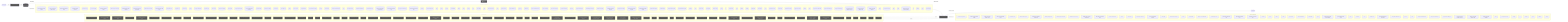
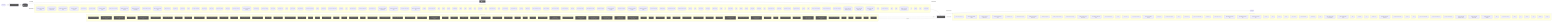
flowchart LR
  UserQ(["👤 User Query"])
  Embed["📐 Embedding Model"]
  VecDB[("📚 Vector Store")]
  Retriever["🔍 Retriever"]
  LLMNode["🧠 LLM / Generator"]
  Output(["✅ Response"])
  UserQ -->|query| Embed
  Embed -->|vector| VecDB
  VecDB -->|top-k chunks| Retriever
  Retriever -->|context + query| LLMNode
  LLMNode -->|generated answer| Output
  subgraph DetectedMemory["Detected memory stores"]
    det_detectedmemory_check_steering_feedback_contract_80134459[("check-steering-feedback-contract")]
    det_detectedmemory_prompt_context_drift_validate_runner_c8ecc6f5[("prompt-context-drift-validate-runner")]
    det_detectedmemory_prompt_context_drift_write_runner_69e6a4fd[("prompt-context-drift-write-runner")]
    det_detectedmemory_normalize_workflow_contracts_8701f1c8[("normalize-workflow-contracts")]
    det_detectedmemory_run_harness_evals_77704768[("run-harness-evals")]
    det_detectedmemory_sync_codex_preflight_7e7a8dc2[("sync-codex-preflight")]
    det_detectedmemory_test_harness_upgrade_matrix_84113c4e[("test-harness-upgrade-matrix")]
    det_detectedmemory_validate_prompt_context_drift_8c949ef6[("validate-prompt-context-drift")]
    det_detectedmemory_validate_runtime_packet_schemas_bc3ba8ec[("validate-runtime-packet-schemas")]
    det_detectedmemory_validate_system_prompt_gap_adoption_62d8c955[("validate-system-prompt-gap-adoption")]
    det_detectedmemory_validate_workflow_contracts_33dc063c[("validate-workflow-contracts")]
    det_detectedmemory_write_prompt_context_drift_report_71a4e149[("write-prompt-context-drift-report")]
    det_detectedmemory_branch_protect_core_a8feb0fd[("branch-protect-core")]
    det_detectedmemory_ci_migrate_core_7005b5af[("ci-migrate-core")]
    det_detectedmemory_context_health_80bb7da9[("context-health")]
    det_detectedmemory_context_ea7792a2[("context")]
    det_detectedmemory_docs_gate_classification_2f51c90b[("docs-gate-classification")]
    det_detectedmemory_docs_gate_types_d285abb6[("docs-gate-types")]
    det_detectedmemory_index_context_de3ed39d[("index-context")]
    det_detectedmemory_local_memory_preflight_dcc36c42[("local-memory-preflight")]
    det_detectedmemory_memory_gate_a577a506[("memory-gate")]
    det_detectedmemory_next_prompt_context_drift_3c5a93d5[("next-prompt-context-drift")]
    det_detectedmemory_next_recommendation_decisions_03315dd4[("next-recommendation-decisions")]
    det_detectedmemory_next_runner_state_be6fe997[("next-runner-state")]
    det_detectedmemory_pattern_scope_siblings_43abe000[("pattern-scope-siblings")]
    det_detectedmemory_review_context_ca6cf81d[("review-context")]
    det_detectedmemory_review_gate_core_4c8001f9[("review-gate-core")]
    det_detectedmemory_search_24193290[("search")]
    det_detectedmemory_session_context_e5ec72c0[("session-context")]
    det_detectedmemory_tooling_audit_core_328d6a41[("tooling-audit-core")]
    det_detectedmemory_run_local_memory_preflight_36e92808[("run-local-memory-preflight")]
    det_detectedmemory_checker_d2d2328e[("checker")]
    det_detectedmemory_context_health_1_ceb11829[("context-health")]
    det_detectedmemory_prompt_context_drift_surface_c1e30b42[("prompt-context-drift-surface")]
+     det_detectedmemory_test_fixtures_c2f936b0[("test-fixtures")]
    det_detectedmemory_types_2_d9bc6e7a[("types")]
    det_detectedmemory_branch_protect_sync_570adb18[("branch-protect-sync")]
    det_detectedmemory_command_capability_rules_ca3f496a[("command-capability-rules")]
    det_detectedmemory_command_specs_core_1c0ffc99[("command-specs-core")]
    det_detectedmemory_local_memory_preflight_command_spec_9e23f3ce[("local-memory-preflight-command-spec")]
    det_detectedmemory_memory_gate_command_spec_dc9001a9[("memory-gate-command-spec")]
    det_detectedmemory_review_gate_command_spec_3187376a[("review-gate-command-spec")]
    det_detectedmemory_session_context_command_spec_973afbb1[("session-context-command-spec")]
    det_detectedmemory_constants_7517017f[("constants")]
    det_detectedmemory_context_compact_policy_3dcaf95d[("context-compact-policy")]
    det_detectedmemory_index_3_7e40d474[("index")]
    det_detectedmemory_indexer_70fa78e5[("indexer")]
    det_detectedmemory_init_error_5c7dd49f[("init-error")]
    det_detectedmemory_lexical_fallback_723e2b3e[("lexical-fallback")]
    det_detectedmemory_ollama_76e3c7bf[("ollama")]
    det_detectedmemory_rollout_a4fa034c[("rollout")]
    det_detectedmemory_sources_878a52fc[("sources")]
    det_detectedmemory_store_824d80d7[("store")]
    det_detectedmemory_sync_contract_c79fa191[("sync-contract")]
    det_detectedmemory_types_8_f6283648[("types")]
    det_detectedmemory_harness_run_context_ac7c77a9[("harness-run-context")]
    det_detectedmemory_index_4_013aa0e3[("index")]
    det_detectedmemory_json_schema_core_96d7e328[("json-schema-core")]
    det_detectedmemory_policy_validators_core_714a3fe7[("policy-validators-core")]
    det_detectedmemory_types_core_e405ddca[("types-core")]
    det_detectedmemory_validator_core_4358f8ba[("validator-core")]
    det_detectedmemory_archive_candidates_scanner_d0931789[("archive-candidates-scanner")]
    det_detectedmemory_archive_candidates_dc0e40e1[("archive-candidates")]
    det_detectedmemory_docs_task_eval_contract_79347457[("docs-task-eval-contract")]
    det_detectedmemory_docs_task_eval_fixtures_44902755[("docs-task-eval-fixtures")]
    det_detectedmemory_init_modes_c05ceb07[("init-modes")]
    det_detectedmemory_project_brain_templates_7ef51530[("project-brain-templates")]
    det_detectedmemory_scaffold_diagram_templates_dd88e83c[("scaffold-diagram-templates")]
    det_detectedmemory_scaffold_doc_templates_f6152330[("scaffold-doc-templates")]
    det_detectedmemory_scaffold_environment_templates_c1ceba6a[("scaffold-environment-templates")]
    det_detectedmemory_scaffold_hook_templates_8c74ab50[("scaffold-hook-templates")]
    det_detectedmemory_scaffold_root_command_templates_404fed7f[("scaffold-root-command-templates")]
    det_detectedmemory_scaffold_script_template_registry_69312d4e[("scaffold-script-template-registry")]
    det_detectedmemory_scaffold_shell_templates_0ad0f915[("scaffold-shell-templates")]
    det_detectedmemory_scaffold_surfaces_12d6494e[("scaffold-surfaces")]
    det_detectedmemory_scaffold_template_registry_b1cce2aa[("scaffold-template-registry")]
    det_detectedmemory_scaffold_workflow_template_92310587[("scaffold-workflow-template")]
    det_detectedmemory_eval_seed_5699fd3e[("eval-seed")]
    det_detectedmemory_index_10_f6785a46[("index")]
    det_detectedmemory_review_context_1_e3afed15[("review-context")]
    det_detectedmemory_memory_gate_1_265164ac[("memory-gate")]
    det_detectedmemory_branch_enforcer_acb749cd[("branch-enforcer")]
    det_detectedmemory_cli_args_5_09ea29f0[("cli-args")]
    det_detectedmemory_cli_7_dc4a9f7f[("cli")]
    det_detectedmemory_metrics_tracker_98cec29c[("metrics-tracker")]
    det_detectedmemory_types_20_071a0112[("types")]
    det_detectedmemory_validator_5_b19ac2be[("validator")]
    det_detectedmemory_classifier_fe1991a9[("classifier")]
    det_detectedmemory_tooling_paths_560ac80d[("tooling-paths")]
    det_detectedmemory_claim_helpers_20dc8387[("claim-helpers")]
    det_detectedmemory_types_25_89d086aa[("types")]
    det_detectedmemory_local_memory_smoke_1175abfc[("local-memory-smoke")]
    det_detectedmemory_local_memory_0db17ecc[("local-memory")]
    det_detectedmemory_performance_overload_c685bfcf[("performance-overload")]
    det_detectedmemory_suggestion_generator_0956f794[("suggestion-generator")]
    det_detectedmemory_git_head_7346fd6a[("git-head")]
    det_detectedmemory_index_12_762ec91b[("index")]
    det_detectedmemory_prompt_context_drift_builder_a451c7dd[("prompt-context-drift-builder")]
    det_detectedmemory_prompt_context_drift_report_3257a95c[("prompt-context-drift-report")]
    det_detectedmemory_prompt_context_drift_types_ba6863d4[("prompt-context-drift-types")]
    det_detectedmemory_prompt_context_drift_validation_evidence_21f0336f[("prompt-context-drift-validation-evidence")]
    det_detectedmemory_prompt_context_drift_validation_utils_2285f4ac[("prompt-context-drift-validation-utils")]
    det_detectedmemory_prompt_context_drift_validation_8fc01719[("prompt-context-drift-validation")]
    det_detectedmemory_index_13_97df39c8[("index")]
    det_detectedmemory_prompt_context_receipt_17b862b2[("prompt-context-receipt")]
    det_detectedmemory_types_32_bfe791ff[("types")]
    det_detectedmemory_policy_1_fc4198db[("policy")]
    det_detectedmemory_runtime_card_codex_runtime_validation_d8ce9934[("runtime-card-codex-runtime-validation")]
    det_detectedmemory_cli_12_01c06c37[("cli")]
    det_detectedmemory_collector_0736fd5b[("collector")]
    det_detectedmemory_types_35_93e66c64[("types")]
    det_detectedmemory_overload_guard_2748c559[("overload-guard")]
  end
  VecDB -. "implemented by" .-> DetectedMemory
  subgraph DetectedLLM["Detected LLM clients"]
    det_detectedllm_check_codex_agent_roles_5bb2e89b["check-codex-agent-roles"]
    det_detectedllm_check_steering_feedback_contract_80134459["check-steering-feedback-contract"]
    det_detectedllm_prompt_context_drift_validate_runner_c8ecc6f5["prompt-context-drift-validate-runner"]
    det_detectedllm_prompt_context_drift_write_runner_69e6a4fd["prompt-context-drift-write-runner"]
    det_detectedllm_run_harness_evals_77704768["run-harness-evals"]
    det_detectedllm_validate_decision_request_2e5c325e["validate-decision-request"]
    det_detectedllm_validate_goal_completion_audit_receipt_100d252c["validate-goal-completion-audit-receipt"]
    det_detectedllm_validate_packaged_skill_5e32c890["validate-packaged-skill"]
    det_detectedllm_validate_prompt_context_drift_8c949ef6["validate-prompt-context-drift"]
    det_detectedllm_validate_reviewer_coverage_251efee3["validate-reviewer-coverage"]
    det_detectedllm_validate_system_prompt_gap_adoption_62d8c955["validate-system-prompt-gap-adoption"]
    det_detectedllm_write_prompt_context_drift_report_71a4e149["write-prompt-context-drift-report"]
    det_detectedllm_check_environment_core_2c16213f["check-environment-core"]
    det_detectedllm_context_ea7792a2["context"]
    det_detectedllm_index_context_de3ed39d["index-context"]
    det_detectedllm_next_prompt_context_drift_3c5a93d5["next-prompt-context-drift"]
    det_detectedllm_next_recommendation_decisions_03315dd4["next-recommendation-decisions"]
    det_detectedllm_prompt_gate_c5e9d207["prompt-gate"]
    det_detectedllm_remediate_runner_helpers_929fedcc["remediate-runner-helpers"]
    det_detectedllm_search_24193290["search"]
    det_detectedllm_context_health_1_ceb11829["context-health"]
    det_detectedllm_prompt_context_drift_surface_c1e30b42["prompt-context-drift-surface"]
+     det_detectedllm_test_fixtures_c2f936b0["test-fixtures"]
    det_detectedllm_command_specs_core_1c0ffc99["command-specs-core"]
    det_detectedllm_pilot_evaluate_command_spec_1084ea72["pilot-evaluate-command-spec"]
    det_detectedllm_pilot_rollback_command_spec_4fe69f7d["pilot-rollback-command-spec"]
    det_detectedllm_prompt_gate_command_spec_9a941482["prompt-gate-command-spec"]
    det_detectedllm_constants_7517017f["constants"]
    det_detectedllm_index_3_7e40d474["index"]
    det_detectedllm_indexer_70fa78e5["indexer"]
    det_detectedllm_ollama_76e3c7bf["ollama"]
    det_detectedllm_sync_contract_c79fa191["sync-contract"]
    det_detectedllm_north_star_validators_cfc926ce["north-star-validators"]
    det_detectedllm_hilt_boundary_9b36fb15["hilt-boundary"]
    det_detectedllm_types_10_75e5a4a0["types"]
    det_detectedllm_goal_completion_audit_receipt_validation_9d0f4891["goal-completion-audit-receipt-validation"]
    det_detectedllm_goal_completion_audit_receipt_5e4939c3["goal-completion-audit-receipt"]
    det_detectedllm_index_5_522f772a["index"]
    det_detectedllm_constants_1_a84e15f0["constants"]
    det_detectedllm_types_18_37582e2a["types"]
    det_detectedllm_sensitive_text_7c11f760["sensitive-text"]
    det_detectedllm_pr_template_linked_issue_relationship_a7b61f2c["pr-template-linked-issue-relationship"]
    det_detectedllm_pr_template_validator_rules_20a32d6b["pr-template-validator-rules"]
    det_detectedllm_git_head_7346fd6a["git-head"]
    det_detectedllm_index_12_762ec91b["index"]
    det_detectedllm_prompt_context_drift_builder_a451c7dd["prompt-context-drift-builder"]
    det_detectedllm_prompt_context_drift_report_3257a95c["prompt-context-drift-report"]
    det_detectedllm_prompt_context_drift_types_ba6863d4["prompt-context-drift-types"]
    det_detectedllm_prompt_context_drift_validation_evidence_21f0336f["prompt-context-drift-validation-evidence"]
    det_detectedllm_prompt_context_drift_validation_utils_2285f4ac["prompt-context-drift-validation-utils"]
    det_detectedllm_prompt_context_drift_validation_8fc01719["prompt-context-drift-validation"]
    det_detectedllm_index_13_97df39c8["index"]
    det_detectedllm_prompt_context_receipt_17b862b2["prompt-context-receipt"]
    det_detectedllm_cli_args_9_9c136878["cli-args"]
    det_detectedllm_cli_11_338a8415["cli"]
    det_detectedllm_sections_4697ef32["sections"]
    det_detectedllm_types_28_4476fcc6["types"]
    det_detectedllm_validator_7_f836eb0e["validator"]
    det_detectedllm_cli_args_10_861cdd3f["cli-args"]
  end
  LLMNode -. "implemented by" .-> DetectedLLM
  subgraph DetectedTools["Agentic tool calls"]
    det_detectedtools_check_codex_agent_roles_5bb2e89b["🔧 check-codex-agent-roles"]
    det_detectedtools_check_steering_feedback_contract_80134459["🔧 check-steering-feedback-contract"]
    det_detectedtools_check_tooling_baseline_parity_3124b30a["🔧 check-tooling-baseline-parity"]
    det_detectedtools_run_harness_evals_77704768["🔧 run-harness-evals"]
    det_detectedtools_validate_action_review_receipt_fa2f06c3["🔧 validate-action-review-receipt"]
    det_detectedtools_validate_packaged_skill_5e32c890["🔧 validate-packaged-skill"]
    det_detectedtools_validate_replay_packet_f309747e["🔧 validate-replay-packet"]
    det_detectedtools_ci_migrate_core_7005b5af["🔧 ci-migrate-core"]
    det_detectedtools_doctor_checks_5a2eb2b9["🔧 doctor-checks"]
    det_detectedtools_doctor_github_tool_check_e0a938df["🔧 doctor-github-tool-check"]
    det_detectedtools_doctor_github_tool_checks_a53b0382["🔧 doctor-github-tool-checks"]
    det_detectedtools_doctor_tool_checks_4acac51a["🔧 doctor-tool-checks"]
    det_detectedtools_fleet_plan_repo_ecdc6499["🔧 fleet-plan-repo"]
    det_detectedtools_next_blocked_decisions_4140ad2b["🔧 next-blocked-decisions"]
    det_detectedtools_next_pr_closeout_contract_af31d30a["🔧 next-pr-closeout-contract"]
    det_detectedtools_policy_gate_213f7313["🔧 policy-gate"]
    det_detectedtools_remediate_cli_output_cc165396["🔧 remediate-cli-output"]
    det_detectedtools_remediate_runner_helpers_929fedcc["🔧 remediate-runner-helpers"]
    det_detectedtools_review_gate_core_4c8001f9["🔧 review-gate-core"]
    det_detectedtools_index_1bc04b52["🔧 index"]
    det_detectedtools_types_1_4ecdf56e["🔧 types"]
    det_detectedtools_validation_constants_e002a0f6["🔧 validation-constants"]
    det_detectedtools_validation_98c41dcd["🔧 validation"]
    det_detectedtools_checker_d2d2328e["🔧 checker"]
    det_detectedtools_shared_state_policy_edc9c4db["🔧 shared-state-policy"]
    det_detectedtools_cli_args_1_6144b055["🔧 cli-args"]
    det_detectedtools_command_capabilities_a4d5c71e["🔧 command-capabilities"]
    det_detectedtools_command_capability_rules_ca3f496a["🔧 command-capability-rules"]
    det_detectedtools_linear_command_actions_e430f4f4["🔧 linear-command-actions"]
    det_detectedtools_linear_command_runner_4a740dfc["🔧 linear-command-runner"]
    det_detectedtools_policy_validators_core_714a3fe7["🔧 policy-validators-core"]
    det_detectedtools_shared_state_action_validator_e7b128cd["🔧 shared-state-action-validator"]
    det_detectedtools_types_core_e405ddca["🔧 types-core"]
    det_detectedtools_validator_core_4358f8ba["🔧 validator-core"]
    det_detectedtools_validator_helpers_7b927667["🔧 validator-helpers"]
    det_detectedtools_he_phase_exit_core_1148895b["🔧 he-phase-exit-core"]
    det_detectedtools_environment_runtime_3206f0a8["🔧 environment-runtime"]
    det_detectedtools_observed_skill_usage_ed7d5930["🔧 observed-skill-usage"]
    det_detectedtools_closure_evidence_aaa31467["🔧 closure-evidence"]
    det_detectedtools_pr_creator_dc6b1ea4["🔧 pr-creator"]
    det_detectedtools_client_948fe603["🔧 client"]
    det_detectedtools_init_output_360dce91["🔧 init-output"]
    det_detectedtools_scaffold_ci_templates_2afd6392["🔧 scaffold-ci-templates"]
    det_detectedtools_scaffold_codex_environment_templates_334fbbed["🔧 scaffold-codex-environment-templates"]
    det_detectedtools_scaffold_config_templates_4b80ce53["🔧 scaffold-config-templates"]
    det_detectedtools_scaffold_environment_templates_c1ceba6a["🔧 scaffold-environment-templates"]
    det_detectedtools_scaffold_github_actions_pr_pipeline_renderer_1ee18de5["🔧 scaffold-github-actions-pr-pipeline-renderer"]
    det_detectedtools_scaffold_github_actions_pr_pipeline_template_e2b85f62["🔧 scaffold-github-actions-pr-pipeline-template"]
    det_detectedtools_scaffold_package_command_template_80e32e83["🔧 scaffold-package-command-template"]
    det_detectedtools_scaffold_release_private_npm_template_075499f8["🔧 scaffold-release-private-npm-template"]
    det_detectedtools_constants_1_a84e15f0["🔧 constants"]
    det_detectedtools_index_9_32dd4d91["🔧 index"]
    det_detectedtools_validation_common_6161e48b["🔧 validation-common"]
    det_detectedtools_cli_7_dc4a9f7f["🔧 cli"]
    det_detectedtools_metrics_tracker_98cec29c["🔧 metrics-tracker"]
    det_detectedtools_normalise_renderer_85f2e563["🔧 normalise-renderer"]
    det_detectedtools_evaluation_engine_core_e054fe49["🔧 evaluation-engine-core"]
    det_detectedtools_tooling_baseline_50ab2eeb["🔧 tooling-baseline"]
    det_detectedtools_tooling_paths_560ac80d["🔧 tooling-paths"]
    det_detectedtools_prompt_context_drift_report_3257a95c["🔧 prompt-context-drift-report"]
    det_detectedtools_prompt_context_drift_types_ba6863d4["🔧 prompt-context-drift-types"]
    det_detectedtools_prompt_context_drift_validation_utils_2285f4ac["🔧 prompt-context-drift-validation-utils"]
    det_detectedtools_replay_packet_a1293f88["🔧 replay-packet"]
    det_detectedtools_index_14_d982116c["🔧 index"]
    det_detectedtools_review_lifecycle_contract_e5447221["🔧 review-lifecycle-contract"]
    det_detectedtools_review_lifecycle_89afa64c["🔧 review-lifecycle"]
    det_detectedtools_runtime_card_codex_runtime_validation_d8ce9934["🔧 runtime-card-codex-runtime-validation"]
    det_detectedtools_runtime_card_codex_runtime_0655e230["🔧 runtime-card-codex-runtime"]
    det_detectedtools_runtime_evidence_bundle_d471a232["🔧 runtime-evidence-bundle"]
    det_detectedtools_types_37_32ccf9f9["🔧 types"]
    det_detectedtools_index_17_642943a2["🔧 index"]
    det_detectedtools_projection_1b250ea1["🔧 projection"]
    det_detectedtools_types_39_d07de160["🔧 types"]
    det_detectedtools_validation_8_b9fa10af["🔧 validation"]
  end
  LLMNode -->|tool use| DetectedTools
  DetectedTools -->|result| LLMNode
  classDef memNode fill:#555,color:#fff
  class VecDB,Retriever memNode
  classDef llmNode fill:#555,color:#fff
  class LLMNode,Embed llmNode
  classDef toolNode fill:#555,color:#fff
  class det_detectedtools_check_codex_agent_roles_5bb2e89b,det_detectedtools_check_steering_feedback_contract_80134459,det_detectedtools_check_tooling_baseline_parity_3124b30a,det_detectedtools_run_harness_evals_77704768,det_detectedtools_validate_action_review_receipt_fa2f06c3,det_detectedtools_validate_packaged_skill_5e32c890,det_detectedtools_validate_replay_packet_f309747e,det_detectedtools_ci_migrate_core_7005b5af,det_detectedtools_doctor_checks_5a2eb2b9,det_detectedtools_doctor_github_tool_check_e0a938df,det_detectedtools_doctor_github_tool_checks_a53b0382,det_detectedtools_doctor_tool_checks_4acac51a,det_detectedtools_fleet_plan_repo_ecdc6499,det_detectedtools_next_blocked_decisions_4140ad2b,det_detectedtools_next_pr_closeout_contract_af31d30a,det_detectedtools_policy_gate_213f7313,det_detectedtools_remediate_cli_output_cc165396,det_detectedtools_remediate_runner_helpers_929fedcc,det_detectedtools_review_gate_core_4c8001f9,det_detectedtools_index_1bc04b52,det_detectedtools_types_1_4ecdf56e,det_detectedtools_validation_constants_e002a0f6,det_detectedtools_validation_98c41dcd,det_detectedtools_checker_d2d2328e,det_detectedtools_shared_state_policy_edc9c4db,det_detectedtools_cli_args_1_6144b055,det_detectedtools_command_capabilities_a4d5c71e,det_detectedtools_command_capability_rules_ca3f496a,det_detectedtools_linear_command_actions_e430f4f4,det_detectedtools_linear_command_runner_4a740dfc,det_detectedtools_policy_validators_core_714a3fe7,det_detectedtools_shared_state_action_validator_e7b128cd,det_detectedtools_types_core_e405ddca,det_detectedtools_validator_core_4358f8ba,det_detectedtools_validator_helpers_7b927667,det_detectedtools_he_phase_exit_core_1148895b,det_detectedtools_environment_runtime_3206f0a8,det_detectedtools_observed_skill_usage_ed7d5930,det_detectedtools_closure_evidence_aaa31467,det_detectedtools_pr_creator_dc6b1ea4,det_detectedtools_client_948fe603,det_detectedtools_init_output_360dce91,det_detectedtools_scaffold_ci_templates_2afd6392,det_detectedtools_scaffold_codex_environment_templates_334fbbed,det_detectedtools_scaffold_config_templates_4b80ce53,det_detectedtools_scaffold_environment_templates_c1ceba6a,det_detectedtools_scaffold_github_actions_pr_pipeline_renderer_1ee18de5,det_detectedtools_scaffold_github_actions_pr_pipeline_template_e2b85f62,det_detectedtools_scaffold_package_command_template_80e32e83,det_detectedtools_scaffold_release_private_npm_template_075499f8,det_detectedtools_constants_1_a84e15f0,det_detectedtools_index_9_32dd4d91,det_detectedtools_validation_common_6161e48b,det_detectedtools_cli_7_dc4a9f7f,det_detectedtools_metrics_tracker_98cec29c,det_detectedtools_normalise_renderer_85f2e563,det_detectedtools_evaluation_engine_core_e054fe49,det_detectedtools_tooling_baseline_50ab2eeb,det_detectedtools_tooling_paths_560ac80d,det_detectedtools_prompt_context_drift_report_3257a95c,det_detectedtools_prompt_context_drift_types_ba6863d4,det_detectedtools_prompt_context_drift_validation_utils_2285f4ac,det_detectedtools_replay_packet_a1293f88,det_detectedtools_index_14_d982116c,det_detectedtools_review_lifecycle_contract_e5447221,det_detectedtools_review_lifecycle_89afa64c,det_detectedtools_runtime_card_codex_runtime_validation_d8ce9934,det_detectedtools_runtime_card_codex_runtime_0655e230,det_detectedtools_runtime_evidence_bundle_d471a232,det_detectedtools_types_37_32ccf9f9,det_detectedtools_index_17_642943a2,det_detectedtools_projection_1b250ea1,det_detectedtools_types_39_d07de160,det_detectedtools_validation_8_b9fa10af toolNode
